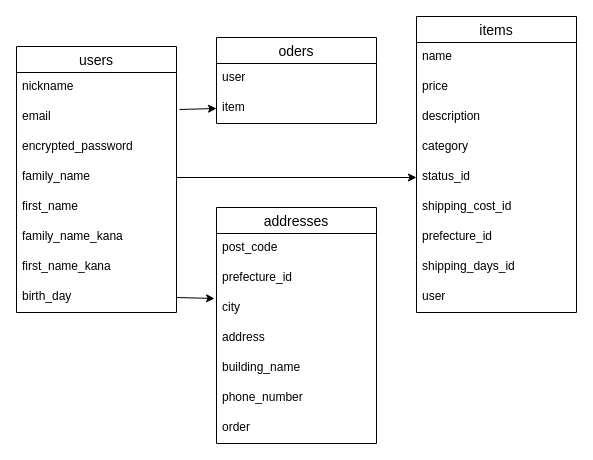
123yuki/furima-37850 keeps this draw.io diagram as furima.dio. Above is the earlier version. Source tidied: cells renumbered, new cells numbered last; positions are measured from the earlier drawing's top-left corner, leaving out a move shared by most shapes. Both pictures are drawn from the tidied source at 100%, with x=0, y=0 at pixel (16, 16).
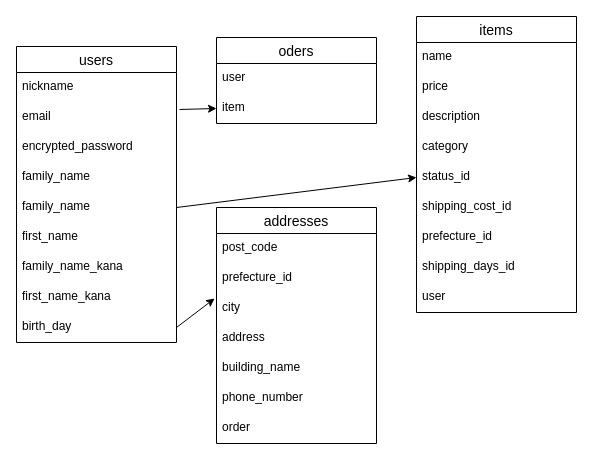
After the change.

The edit, as a diff of the source:
```diff
@@
     <mxCell id="5" value="users" style="swimlane;fontStyle=0;horizontal=1;startSize=26;align=center;fontSize=14;" parent="1" vertex="1">
-      <mxGeometry y="30" width="160" height="266" as="geometry" />
+      <mxGeometry y="30" width="160" height="296" as="geometry" />
     </mxCell>
@@
+    <mxCell id="35" value="family_name" style="text;strokeColor=none;fillColor=none;spacingLeft=4;spacingRight=4;overflow=hidden;fontSize=12;" parent="5" vertex="1">
+      <mxGeometry y="116" width="160" height="30" as="geometry" />
+    </mxCell>
     <mxCell id="9" value="family_name" style="text;strokeColor=none;fillColor=none;spacingLeft=4;spacingRight=4;overflow=hidden;points=[[0,0.5],[1,0.5]];portConstraint=eastwest;fontSize=12;" parent="5" vertex="1">
-      <mxGeometry y="116" width="160" height="30" as="geometry" />
+      <mxGeometry y="146" width="160" height="30" as="geometry" />
     </mxCell>
     <mxCell id="10" value="first_name" style="text;strokeColor=none;fillColor=none;spacingLeft=4;spacingRight=4;overflow=hidden;fontSize=12;" parent="5" vertex="1">
-      <mxGeometry y="146" width="160" height="30" as="geometry" />
+      <mxGeometry y="176" width="160" height="30" as="geometry" />
     </mxCell>
     <mxCell id="11" value="family_name_kana" style="text;strokeColor=none;fillColor=none;spacingLeft=4;spacingRight=4;overflow=hidden;fontSize=12;" parent="5" vertex="1">
-      <mxGeometry y="176" width="160" height="30" as="geometry" />
+      <mxGeometry y="206" width="160" height="30" as="geometry" />
     </mxCell>
     <mxCell id="12" value="first_name_kana" style="text;strokeColor=none;fillColor=none;spacingLeft=4;spacingRight=4;overflow=hidden;fontSize=12;" parent="5" vertex="1">
-      <mxGeometry y="206" width="160" height="30" as="geometry" />
+      <mxGeometry y="236" width="160" height="30" as="geometry" />
     </mxCell>
     <mxCell id="13" value="birth_day" style="text;strokeColor=none;fillColor=none;spacingLeft=4;spacingRight=4;overflow=hidden;points=[[0,0.5],[1,0.5]];portConstraint=eastwest;fontSize=12;" parent="5" vertex="1">
-      <mxGeometry y="236" width="160" height="30" as="geometry" />
+      <mxGeometry y="266" width="160" height="30" as="geometry" />
     </mxCell>
```
